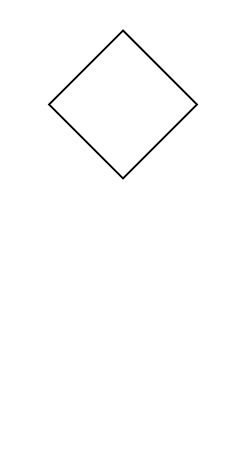
Misseva1988/LL keeps this draw.io diagram as 12343.drawio. Above is the earlier version. Source tidied: cells renumbered, new cells numbered last; positions are measured from the earlier drawing's top-left corner, leaving out a move shared by most shapes. Both pictures are drawn from the tidied source at 185%, with x=0, y=0 at pixel (48, 30).
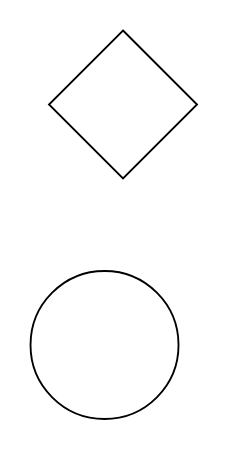
The same page after the edit.

What changed in the source:
```diff
@@
 <mxGraphModel>
   <root>
     <mxCell id="0" />
     <mxCell id="1" parent="0" />
     <mxCell id="2" style="rhombus;whiteSpace=wrap;html=1;" parent="1" vertex="1">
       <mxGeometry width="80" height="80" as="geometry" />
     </mxCell>
+    <mxCell id="3" style="ellipse;whiteSpace=wrap;html=1;" parent="1" vertex="1">
+      <mxGeometry x="-10" y="130" width="80" height="80" as="geometry" />
+    </mxCell>
   </root>
 </mxGraphModel>
```
